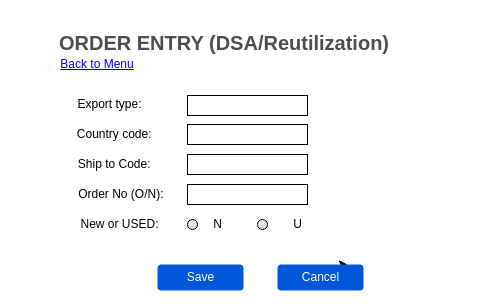
sdevipriya/VirtualTrainingOct12-Config keeps this draw.io diagram as page "Page-5" (5 of 6) of Untitled Diagram.drawio. Above is the earlier version. Source tidied: cells renumbered, new cells numbered last; positions are measured from the earlier drawing's top-left corner, leaving out a move shared by most shapes. Both pictures are drawn from the tidied source at 100%, with x=0, y=0 at pixel (17, 34).
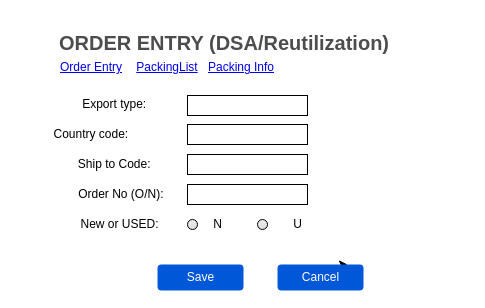
Above is the later version.

Change to the diagram source:
```diff
@@
-    <mxCell id="2" value="Export type: &lt;span style=&quot;white-space: pre&quot;&gt;&#9;&lt;/span&gt;" style="text;html=1;align=center;verticalAlign=middle;strokeColor=none;" parent="1" vertex="1">
+    <mxCell id="2" value="Export type: &lt;span style=&quot;white-space: pre&quot;&gt; &lt;/span&gt;" style="text;html=1;align=center;verticalAlign=middle;strokeColor=none;" parent="1" vertex="1">
       <mxGeometry x="55" y="60" width="90" height="20" as="geometry" />
     </mxCell>
-    <mxCell id="3" value="&lt;span style=&quot;white-space: pre&quot;&gt;&#9;&lt;/span&gt;&lt;span style=&quot;white-space: pre&quot;&gt;&#9;&lt;/span&gt;Country code:" style="text;html=1;align=center;verticalAlign=middle;strokeColor=none;" parent="1" vertex="1">
+    <mxCell id="3" value="&lt;span style=&quot;white-space: pre&quot;&gt; &lt;/span&gt;&lt;span style=&quot;white-space: pre&quot;&gt; &lt;/span&gt;Country code:" style="text;html=1;align=center;verticalAlign=middle;strokeColor=none;" parent="1" vertex="1">
       <mxGeometry y="90" width="140" height="20" as="geometry" />
     </mxCell>
@@
-    <mxCell id="14" value="Back to Menu" style="text;html=1;strokeColor=none;fillColor=none;whiteSpace=wrap;align=center;verticalAlign=middle;fontColor=#0000EE;fontStyle=4;" parent="1" vertex="1">
-      <mxGeometry x="30" y="10" width="100" height="40" as="geometry" />
-    </mxCell>
@@
+    <mxCell id="20" value="Order Entry" style="text;html=1;strokeColor=none;fillColor=none;whiteSpace=wrap;align=center;verticalAlign=middle;fontColor=#0000EE;fontStyle=4;" parent="1" vertex="1">
+      <mxGeometry x="33" y="9" width="82" height="48.9" as="geometry" />
+    </mxCell>
+    <mxCell id="21" value="PackingList" style="text;html=1;strokeColor=none;fillColor=none;whiteSpace=wrap;align=center;verticalAlign=middle;fontColor=#0000EE;fontStyle=4;" parent="1" vertex="1">
+      <mxGeometry x="120" y="9" width="60" height="48.9" as="geometry" />
+    </mxCell>
+    <mxCell id="22" value="Packing Info" style="text;html=1;strokeColor=none;fillColor=none;whiteSpace=wrap;align=center;verticalAlign=middle;fontColor=#0000EE;fontStyle=4;" parent="1" vertex="1">
+      <mxGeometry x="188" y="9" width="72" height="48.9" as="geometry" />
+    </mxCell>
```
